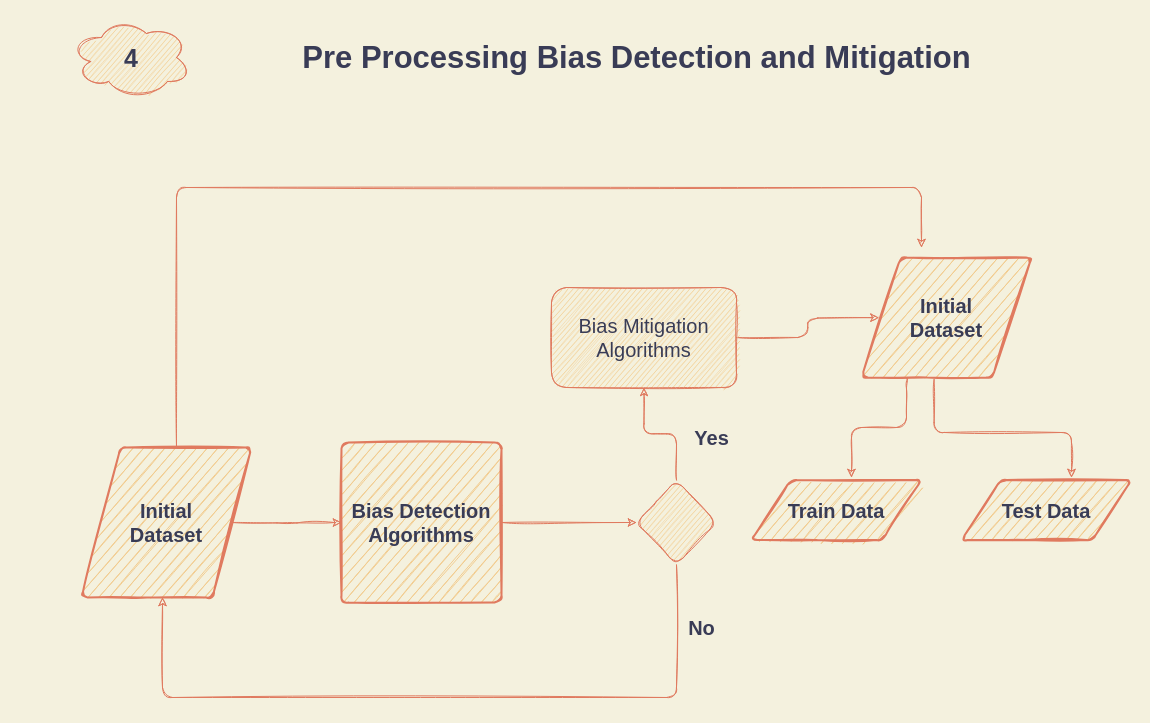
ShibboManshi/titanicML keeps this draw.io diagram as page "Page-5.2" (10 of 16) of Untitled Diagram.drawio. Above is the earlier version. Source tidied: cells renumbered, new cells numbered last; positions are measured from the earlier drawing's top-left corner, leaving out a move shared by most shapes. Both pictures are drawn from the tidied source at 100%, with x=0, y=0 at pixel (71, 17).
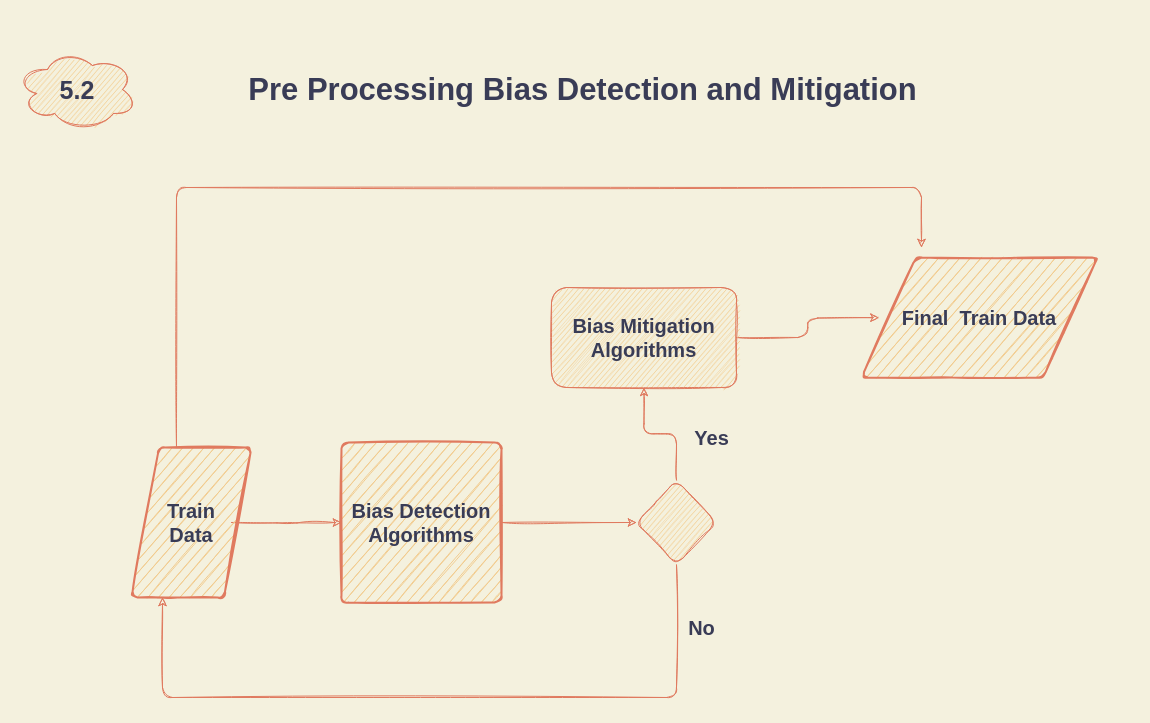
Above is the later version.

The edit, as a diff of the source:
```diff
@@
-    <mxCell id="2" value="&lt;font style=&quot;font-size: 25px&quot;&gt;&lt;b&gt;4&lt;/b&gt;&lt;/font&gt;" style="ellipse;shape=cloud;whiteSpace=wrap;html=1;fontColor=#393C56;strokeColor=#E07A5F;fillColor=#F2CC8F;sketch=1;rounded=1;" parent="1" vertex="1">
-      <mxGeometry width="120" height="80" as="geometry" />
+    <mxCell id="2" value="&lt;font style=&quot;font-size: 25px&quot;&gt;&lt;b&gt;5.2&lt;/b&gt;&lt;/font&gt;" style="ellipse;shape=cloud;whiteSpace=wrap;html=1;fontColor=#393C56;strokeColor=#E07A5F;fillColor=#F2CC8F;sketch=1;rounded=1;" parent="1" vertex="1">
+      <mxGeometry x="-54" y="32" width="120" height="80" as="geometry" />
     </mxCell>
     <mxCell id="3" value="&lt;font style=&quot;font-size: 31px&quot;&gt;&lt;b&gt;Pre Processing Bias Detection and Mitigation&lt;/b&gt;&lt;/font&gt;" style="text;html=1;align=center;verticalAlign=middle;strokeColor=none;fontColor=#393C56;sketch=1;rounded=1;" parent="1" vertex="1">
-      <mxGeometry x="225" y="25" width="680" height="30" as="geometry" />
+      <mxGeometry x="171" y="57" width="680" height="30" as="geometry" />
     </mxCell>
@@
-    <mxCell id="12" value="&lt;font style=&quot;font-size: 20px&quot;&gt;Bias Mitigation Algorithms&lt;/font&gt;" style="whiteSpace=wrap;html=1;fillColor=#F2CC8F;strokeColor=#E07A5F;fontColor=#393C56;sketch=1;rounded=1;" parent="1" vertex="1">
+    <mxCell id="12" value="&lt;div&gt;&lt;b style=&quot;font-size: 20px&quot;&gt;Bias Mitigation Algorithms&lt;/b&gt;&lt;/div&gt;" style="whiteSpace=wrap;html=1;fillColor=#F2CC8F;strokeColor=#E07A5F;fontColor=#393C56;sketch=1;rounded=1;align=center;" parent="1" vertex="1">
       <mxGeometry x="480" y="270" width="185" height="100" as="geometry" />
     </mxCell>
@@
-    <mxCell id="15" style="edgeStyle=orthogonalEdgeStyle;orthogonalLoop=1;jettySize=auto;html=1;fontColor=#393C56;strokeColor=#E07A5F;fillColor=#F2CC8F;exitX=0.255;exitY=0.937;exitDx=0;exitDy=0;exitPerimeter=0;sketch=1;labelBackgroundColor=#F4F1DE;" parent="1" edge="1">
-      <mxGeometry relative="1" as="geometry">
-        <mxPoint x="836.2" y="361.2" as="sourcePoint" />
-        <mxPoint x="780" y="460" as="targetPoint" />
-        <Array as="points">
-          <mxPoint x="835" y="361" />
-          <mxPoint x="835" y="410" />
-          <mxPoint x="780" y="410" />
-        </Array>
-      </mxGeometry>
-    </mxCell>
-    <mxCell id="16" style="edgeStyle=orthogonalEdgeStyle;jettySize=auto;html=1;fontColor=#393C56;strokeColor=#E07A5F;fillColor=#F2CC8F;sketch=1;labelBackgroundColor=#F4F1DE;exitX=0.427;exitY=1.017;exitDx=0;exitDy=0;exitPerimeter=0;" parent="1" edge="1" source="20">
-      <mxGeometry relative="1" as="geometry">
-        <mxPoint x="1000" y="460" as="targetPoint" />
-        <Array as="points">
-          <mxPoint x="863" y="415" />
-          <mxPoint x="1000" y="415" />
-        </Array>
-      </mxGeometry>
-    </mxCell>
-    <mxCell id="17" value="&lt;font style=&quot;font-size: 20px&quot;&gt;&lt;b&gt;Test Data&lt;/b&gt;&lt;/font&gt;" style="shape=parallelogram;html=1;strokeWidth=2;perimeter=parallelogramPerimeter;whiteSpace=wrap;arcSize=12;size=0.23;fontColor=#393C56;fillColor=#F2CC8F;sketch=1;rounded=1;strokeColor=#E07A5F;" parent="1" vertex="1">
-      <mxGeometry x="890" y="462.5" width="170" height="60" as="geometry" />
-    </mxCell>
-    <mxCell id="18" value="&lt;font style=&quot;font-size: 20px&quot;&gt;&lt;b&gt;Train Data&lt;/b&gt;&lt;/font&gt;" style="shape=parallelogram;html=1;strokeWidth=2;perimeter=parallelogramPerimeter;whiteSpace=wrap;arcSize=12;size=0.23;fontColor=#393C56;fillColor=#F2CC8F;sketch=1;rounded=1;strokeColor=#E07A5F;" parent="1" vertex="1">
-      <mxGeometry x="680" y="462.5" width="170" height="60" as="geometry" />
-    </mxCell>
-    <mxCell id="19" value="&lt;font style=&quot;font-size: 20px&quot;&gt;&lt;b&gt;Initial &lt;br&gt;Dataset&lt;/b&gt;&lt;/font&gt;" style="shape=parallelogram;html=1;strokeWidth=2;perimeter=parallelogramPerimeter;whiteSpace=wrap;arcSize=12;size=0.23;fontColor=#393C56;fillColor=#F2CC8F;sketch=1;rounded=1;strokeColor=#E07A5F;" parent="1" vertex="1">
-      <mxGeometry x="10" y="430" width="170" height="150" as="geometry" />
+    <mxCell id="19" value="&lt;font style=&quot;font-size: 20px&quot;&gt;&lt;b&gt;Train&lt;br&gt;Data&lt;/b&gt;&lt;/font&gt;" style="shape=parallelogram;html=1;strokeWidth=2;perimeter=parallelogramPerimeter;whiteSpace=wrap;arcSize=12;size=0.23;fontColor=#393C56;fillColor=#F2CC8F;sketch=1;rounded=1;strokeColor=#E07A5F;" parent="1" vertex="1">
+      <mxGeometry x="60" y="430" width="120" height="150" as="geometry" />
     </mxCell>
-    <mxCell id="20" value="&lt;font style=&quot;font-size: 20px&quot;&gt;&lt;b&gt;Initial &lt;br&gt;Dataset&lt;/b&gt;&lt;/font&gt;" style="shape=parallelogram;html=1;strokeWidth=2;perimeter=parallelogramPerimeter;whiteSpace=wrap;arcSize=12;size=0.23;fontColor=#393C56;fillColor=#F2CC8F;sketch=1;rounded=1;strokeColor=#E07A5F;" parent="1" vertex="1">
-      <mxGeometry x="790" y="240" width="170" height="120" as="geometry" />
+    <mxCell id="20" value="&lt;span style=&quot;font-size: 20px&quot;&gt;&lt;b&gt;Final&amp;nbsp; Train Data&lt;/b&gt;&lt;/span&gt;" style="shape=parallelogram;html=1;strokeWidth=2;perimeter=parallelogramPerimeter;whiteSpace=wrap;arcSize=12;size=0.23;fontColor=#393C56;fillColor=#F2CC8F;sketch=1;rounded=1;strokeColor=#E07A5F;" parent="1" vertex="1">
+      <mxGeometry x="790" y="240" width="236" height="120" as="geometry" />
     </mxCell>
```
